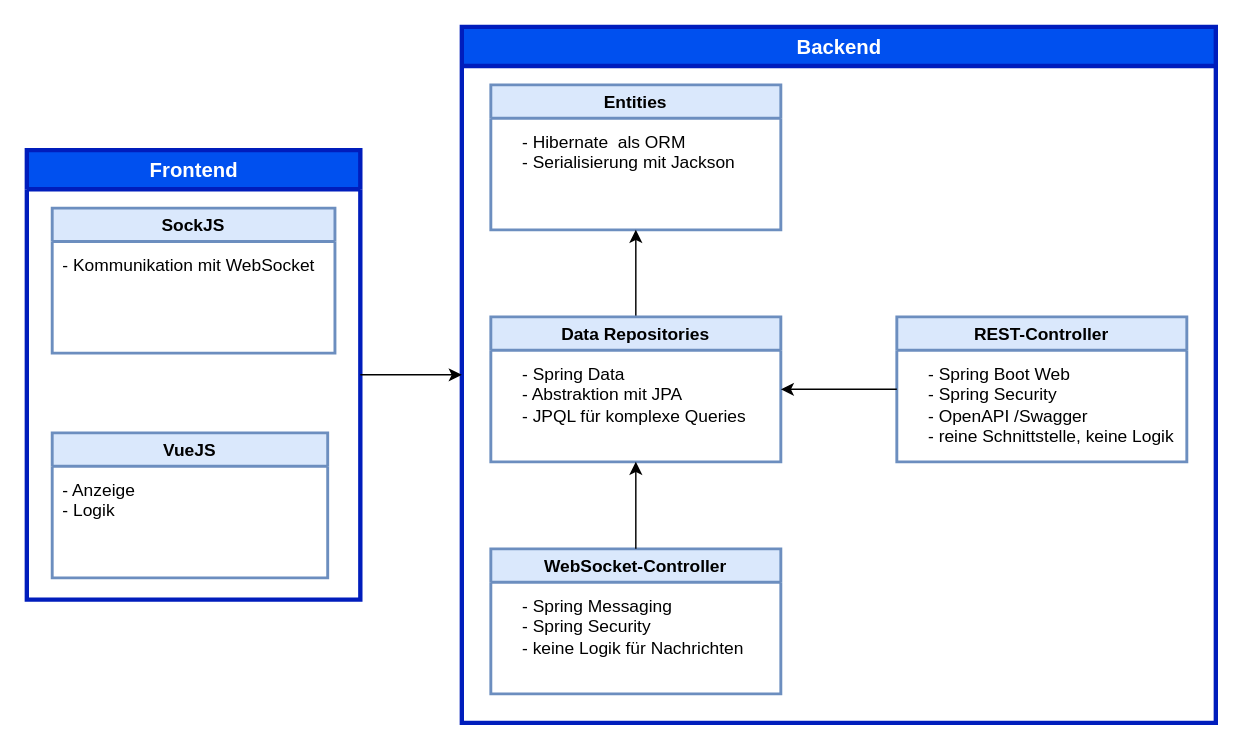
xwoodpecker/DistributedDisplayBoards keeps this draw.io diagram as markdown-images/lego.drawio. Above is the earlier version. Source tidied: cells renumbered, new cells numbered last; positions are measured from the earlier drawing's top-left corner, leaving out a move shared by most shapes. Both pictures are drawn from the tidied source at 145%, with x=0, y=0 at pixel (26, 26).
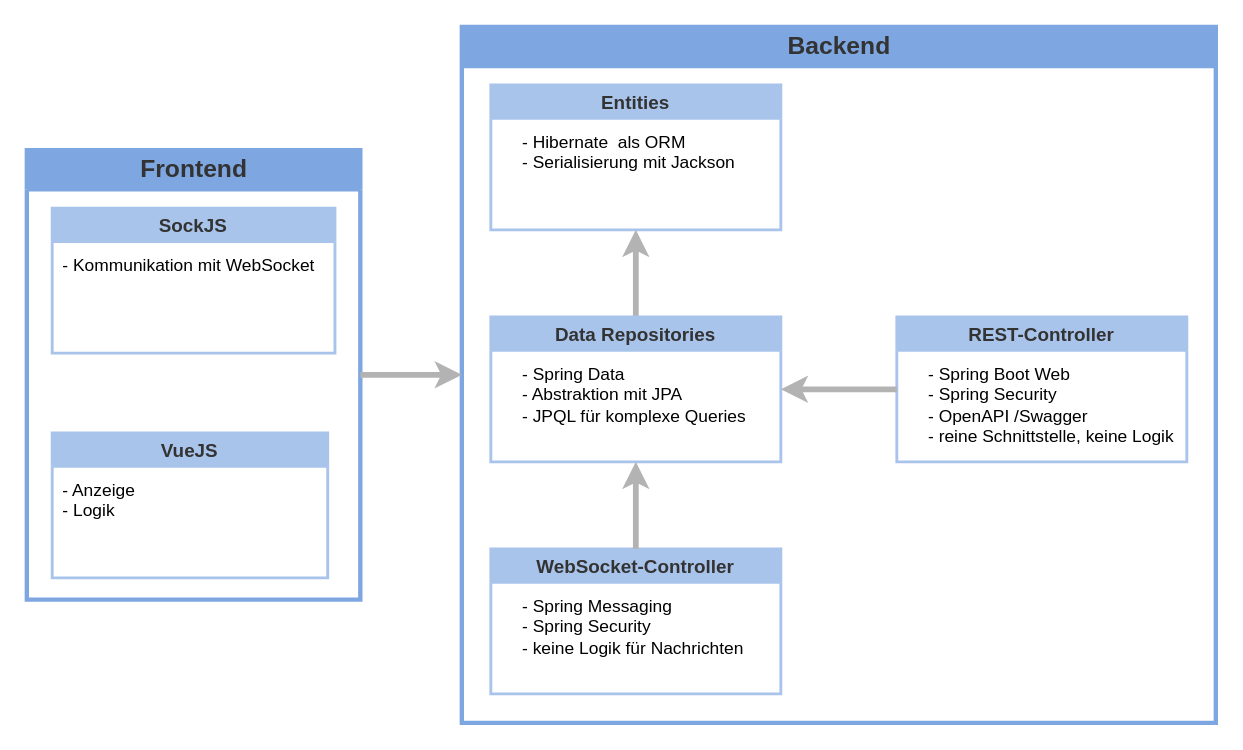
The same page after the edit.

The edit, as a diff of the source:
```diff
@@
-    <mxCell id="2" value="Entities" style="swimlane;fillColor=#dae8fc;strokeColor=#6c8ebf;strokeWidth=2;" parent="1" vertex="1">
+    <mxCell id="2" value="Entities" style="swimlane;fillColor=#A9C4EB;strokeColor=#A9C4EB;strokeWidth=2;fontSize=13;fontColor=#333333;" parent="1" vertex="1">
       <mxGeometry x="320" y="40" width="200" height="100" as="geometry" />
     </mxCell>
@@
-    <mxCell id="4" style="edgeStyle=orthogonalEdgeStyle;rounded=0;jettySize=auto;html=1;exitX=0.5;exitY=0;exitDx=0;exitDy=0;entryX=0.5;entryY=1;entryDx=0;entryDy=0;fontSize=14;" parent="1" edge="1" source="5" target="2">
+    <mxCell id="4" style="edgeStyle=orthogonalEdgeStyle;rounded=0;jettySize=auto;html=1;exitX=0.5;exitY=0;exitDx=0;exitDy=0;entryX=0.5;entryY=1;entryDx=0;entryDy=0;fontSize=14;fontColor=#4D4D4D;strokeColor=#B3B3B3;strokeWidth=4;" parent="1" edge="1" source="5" target="2">
       <mxGeometry relative="1" as="geometry" />
     </mxCell>
-    <mxCell id="5" value="Data Repositories" style="swimlane;fillColor=#dae8fc;strokeColor=#6c8ebf;strokeWidth=2;" parent="1" vertex="1">
+    <mxCell id="5" value="Data Repositories" style="swimlane;fillColor=#A9C4EB;strokeColor=#A9C4EB;strokeWidth=2;fontSize=13;fontColor=#333333;" parent="1" vertex="1">
       <mxGeometry x="320" y="200" width="200" height="100" as="geometry" />
     </mxCell>
@@
-    <mxCell id="7" value="REST-Controller" style="swimlane;fillColor=#dae8fc;strokeColor=#6c8ebf;strokeWidth=2;" parent="1" vertex="1">
+    <mxCell id="7" value="REST-Controller" style="swimlane;fillColor=#A9C4EB;strokeColor=#A9C4EB;strokeWidth=2;fontSize=13;fontColor=#333333;" parent="1" vertex="1">
       <mxGeometry x="600" y="200" width="200" height="100" as="geometry" />
     </mxCell>
@@
-    <mxCell id="9" value="WebSocket-Controller" style="swimlane;fillColor=#dae8fc;strokeColor=#6c8ebf;strokeWidth=2;" parent="1" vertex="1">
+    <mxCell id="9" value="WebSocket-Controller" style="swimlane;fillColor=#A9C4EB;strokeColor=#A9C4EB;strokeWidth=2;fontSize=13;fontColor=#333333;" parent="1" vertex="1">
       <mxGeometry x="320" y="360" width="200" height="100" as="geometry" />
     </mxCell>
@@
-    <mxCell id="11" style="endArrow=classic;html=1;entryX=0.5;entryY=1;entryDx=0;entryDy=0;" parent="1" edge="1" target="5">
+    <mxCell id="11" style="endArrow=classic;html=1;entryX=0.5;entryY=1;entryDx=0;entryDy=0;fontColor=#4D4D4D;strokeColor=#B3B3B3;strokeWidth=4;" parent="1" edge="1" target="5">
       <mxGeometry relative="1" as="geometry">
         <mxPoint x="420" y="360" as="sourcePoint" />
       </mxGeometry>
     </mxCell>
-    <mxCell id="12" style="endArrow=classic;html=1;exitX=0;exitY=0.5;exitDx=0;exitDy=0;entryX=1;entryY=0.5;entryDx=0;entryDy=0;" parent="1" edge="1" source="7" target="5">
+    <mxCell id="12" style="endArrow=classic;html=1;exitX=0;exitY=0.5;exitDx=0;exitDy=0;entryX=1;entryY=0.5;entryDx=0;entryDy=0;fontColor=#4D4D4D;strokeColor=#B3B3B3;strokeWidth=4;" parent="1" edge="1" source="7" target="5">
       <mxGeometry relative="1" as="geometry" />
     </mxCell>
-    <mxCell id="13" value="Backend" style="swimlane;html=1;startSize=27;horizontal=1;containerType=tree;strokeWidth=3;fillColor=#0050ef;strokeColor=#001DBC;fontColor=#ffffff;fontSize=14;" parent="1" vertex="1">
+    <mxCell id="13" value="Backend" style="swimlane;html=1;startSize=27;horizontal=1;containerType=tree;strokeWidth=3;fillColor=#7EA6E0;strokeColor=#7EA6E0;fontColor=#333333;fontSize=17;" parent="1" vertex="1">
       <mxGeometry x="300" width="520" height="480" as="geometry" />
     </mxCell>
-    <mxCell id="14" value="Frontend" style="swimlane;html=1;startSize=27;horizontal=1;containerType=tree;strokeWidth=3;fillColor=#0050ef;strokeColor=#001DBC;fontColor=#ffffff;fontSize=14;" parent="1" vertex="1">
+    <mxCell id="14" value="Frontend" style="swimlane;html=1;startSize=27;horizontal=1;containerType=tree;strokeWidth=3;fillColor=#7EA6E0;strokeColor=#7EA6E0;fontColor=#333333;fontSize=17;" parent="1" vertex="1">
       <mxGeometry y="85" width="230" height="310" as="geometry" />
     </mxCell>
-    <mxCell id="15" value="SockJS" style="swimlane;fillColor=#dae8fc;strokeColor=#6c8ebf;strokeWidth=2;" parent="14" vertex="1">
+    <mxCell id="15" value="SockJS" style="swimlane;fillColor=#A9C4EB;strokeColor=#A9C4EB;strokeWidth=2;fontSize=13;fontColor=#333333;" parent="14" vertex="1">
       <mxGeometry x="17.5" y="40" width="195" height="100" as="geometry" />
     </mxCell>
@@
-    <mxCell id="17" value="VueJS" style="swimlane;fillColor=#dae8fc;strokeColor=#6c8ebf;strokeWidth=2;" parent="14" vertex="1">
+    <mxCell id="17" value="VueJS" style="swimlane;fillColor=#A9C4EB;strokeColor=#A9C4EB;strokeWidth=2;fontSize=13;fontColor=#333333;" parent="14" vertex="1">
       <mxGeometry x="17.5" y="195" width="190" height="100" as="geometry" />
     </mxCell>
@@
-    <mxCell id="19" style="endArrow=classic;html=1;fontSize=14;entryX=0;entryY=0.5;entryDx=0;entryDy=0;exitX=1;exitY=0.5;exitDx=0;exitDy=0;" parent="1" edge="1" source="14" target="13">
+    <mxCell id="19" style="endArrow=classic;html=1;fontSize=14;entryX=0;entryY=0.5;entryDx=0;entryDy=0;exitX=1;exitY=0.5;exitDx=0;exitDy=0;fontColor=#4D4D4D;strokeColor=#B3B3B3;strokeWidth=4;" parent="1" edge="1" source="14" target="13">
       <mxGeometry relative="1" as="geometry" />
     </mxCell>
```
